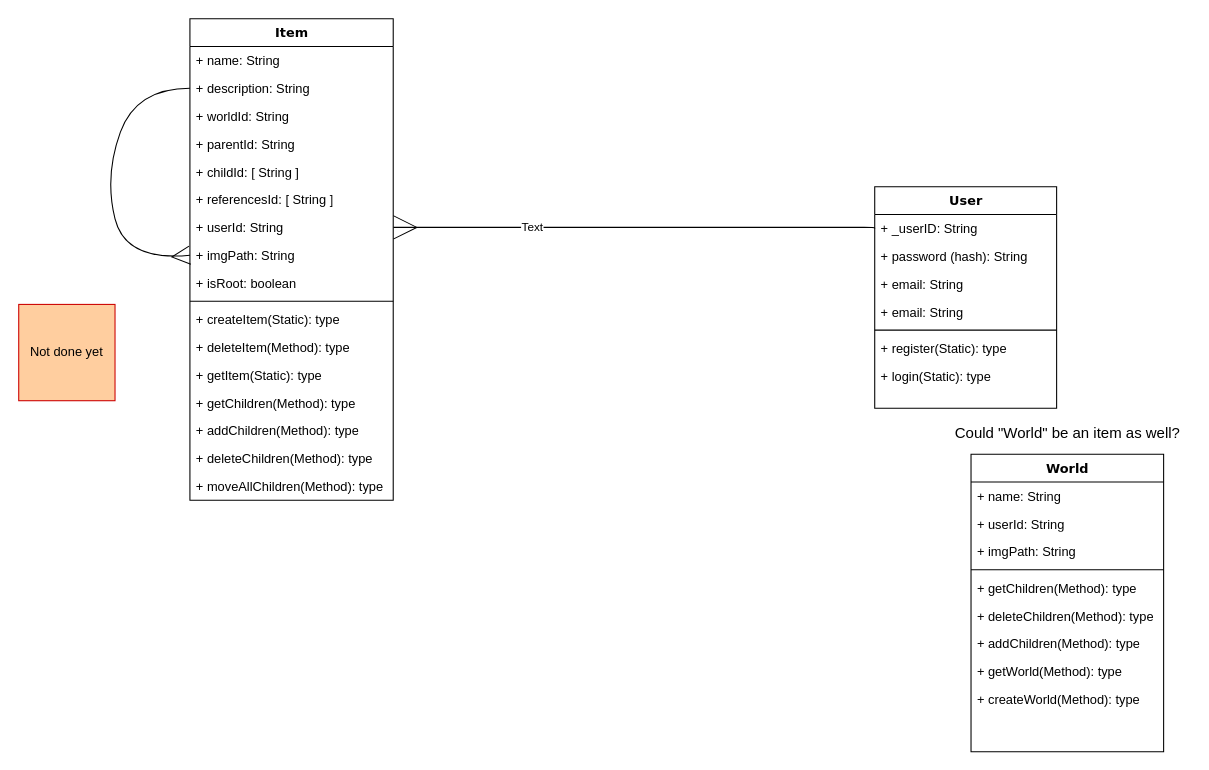
This is expore-db.drawio from Asaroz/Expore, a draw.io file, before an edit. Source tidied: cells renumbered, new cells numbered last; positions are measured from the earlier drawing's top-left corner, leaving out a move shared by most shapes. Both pictures are drawn from the tidied source at 107%, with x=0, y=0 at pixel (18, 18).
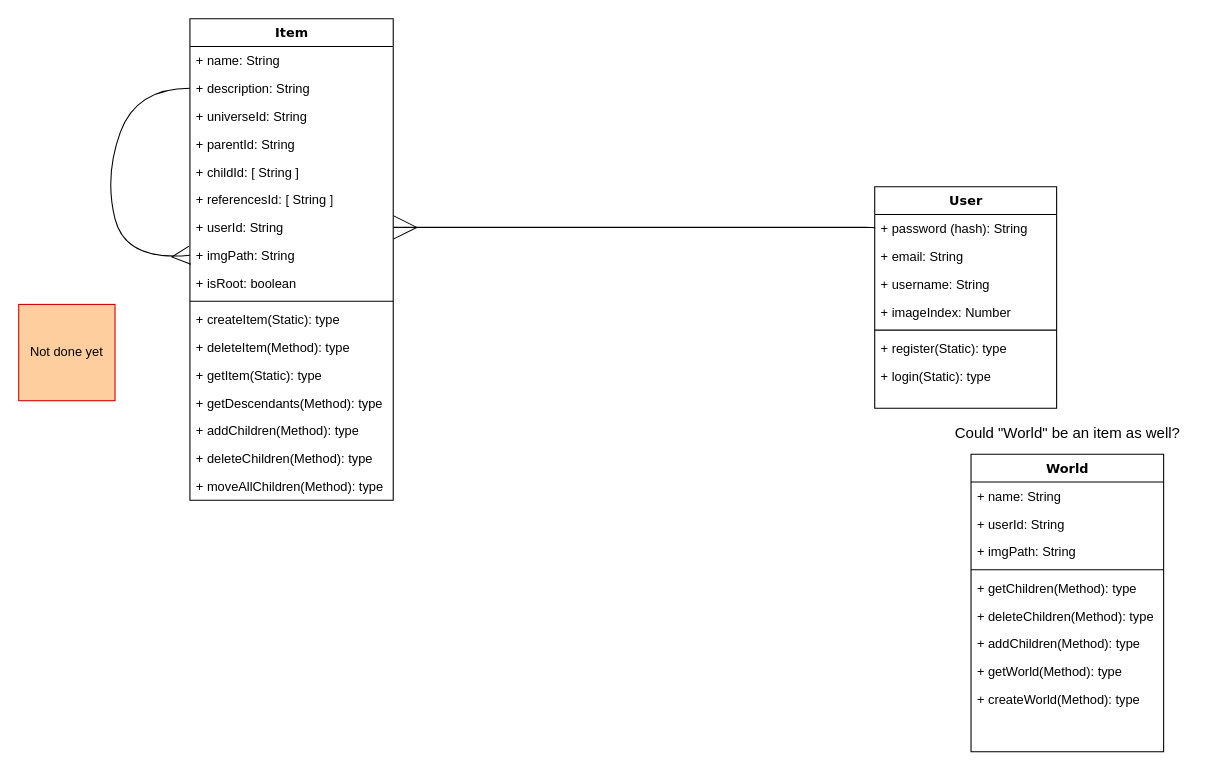
Above is the later version.

Commit message:
added user diagram

Unchanged cells that the change refers to:
```xml
<mxCell id="12" value="User" style="swimlane;html=1;fontStyle=1;align=center;verticalAlign=top;horizontal=1;startSize=26;swimlaneFillColor=#ffffff;rounded=0;shadow=0;comic=0;labelBackgroundColor=none;strokeWidth=1;fillColor=none;fontFamily=Verdana;fontSize=12;" parent="1" vertex="1">
  <mxGeometry x="800" y="157" width="170" height="207" as="geometry" />
</mxCell>
<mxCell id="24" value="Item" style="swimlane;html=1;fontStyle=1;align=center;verticalAlign=top;horizontal=1;startSize=26;swimlaneFillColor=#ffffff;rounded=0;shadow=0;comic=0;labelBackgroundColor=none;strokeWidth=1;fillColor=none;fontFamily=Verdana;fontSize=12;" parent="1" vertex="1">
  <mxGeometry x="160" width="190" height="450" as="geometry" />
</mxCell>
<mxCell id="31" value="+ userId: String" style="text;html=1;strokeColor=none;fillColor=none;align=left;verticalAlign=top;spacingLeft=4;spacingRight=4;whiteSpace=wrap;overflow=hidden;points=[[0,0.5],[1,0.5]];portConstraint=eastwest;" parent="24" vertex="1">
  <mxGeometry y="182" width="190" height="26" as="geometry" />
</mxCell>
```

Diff of the diagram source:
```diff
@@
-    <mxCell id="13" value="+ _userID: String" style="text;html=1;strokeColor=none;fillColor=none;align=left;verticalAlign=top;spacingLeft=4;spacingRight=4;whiteSpace=wrap;overflow=hidden;points=[[0,0.5],[1,0.5]];portConstraint=eastwest;" parent="12" vertex="1">
-      <mxGeometry y="26" width="170" height="26" as="geometry" />
-    </mxCell>
     <mxCell id="14" value="+ password (hash): String" style="text;html=1;strokeColor=none;fillColor=none;align=left;verticalAlign=top;spacingLeft=4;spacingRight=4;whiteSpace=wrap;overflow=hidden;" parent="12" vertex="1">
-      <mxGeometry y="52" width="170" height="26" as="geometry" />
+      <mxGeometry y="26" width="170" height="26" as="geometry" />
     </mxCell>
     <mxCell id="15" value="+ email: String" style="text;html=1;strokeColor=none;fillColor=none;align=left;verticalAlign=top;spacingLeft=4;spacingRight=4;whiteSpace=wrap;overflow=hidden;" parent="12" vertex="1">
-      <mxGeometry y="78" width="170" height="26" as="geometry" />
+      <mxGeometry y="52" width="170" height="26" as="geometry" />
     </mxCell>
-    <mxCell id="16" value="+ email: String" style="text;html=1;strokeColor=none;fillColor=none;align=left;verticalAlign=top;spacingLeft=4;spacingRight=4;whiteSpace=wrap;overflow=hidden;" parent="12" vertex="1">
-      <mxGeometry y="104" width="170" height="26" as="geometry" />
+    <mxCell id="16" value="+ username: String" style="text;html=1;strokeColor=none;fillColor=none;align=left;verticalAlign=top;spacingLeft=4;spacingRight=4;whiteSpace=wrap;overflow=hidden;" parent="12" vertex="1">
+      <mxGeometry y="78" width="170" height="26" as="geometry" />
     </mxCell>
+    <mxCell id="44" value="+ imageIndex: Number" style="text;html=1;strokeColor=none;fillColor=none;align=left;verticalAlign=top;spacingLeft=4;spacingRight=4;whiteSpace=wrap;overflow=hidden;" parent="12" vertex="1">
+      <mxGeometry y="104" width="170" height="26" as="geometry" />
+    </mxCell>
@@
-    <mxCell id="21" style="edgeStyle=elbowEdgeStyle;html=1;labelBackgroundColor=none;startFill=0;startSize=20;endArrow=ERmany;endFill=0;endSize=20;fontFamily=Verdana;fontSize=12;elbow=vertical;startArrow=none;exitX=0;exitY=0.5;exitDx=0;exitDy=0;entryX=1;entryY=0.5;entryDx=0;entryDy=0;" parent="1" edge="1" source="13" target="31">
+    <mxCell id="21" style="edgeStyle=elbowEdgeStyle;html=1;labelBackgroundColor=none;startFill=0;startSize=20;endArrow=ERmany;endFill=0;endSize=20;fontFamily=Verdana;fontSize=12;elbow=vertical;startArrow=none;exitX=0;exitY=0.5;exitDx=0;exitDy=0;entryX=1;entryY=0.5;entryDx=0;entryDy=0;" parent="1" edge="1" target="31">
       <mxGeometry relative="1" as="geometry">
+        <mxPoint x="800" y="196" as="sourcePoint" />
         <Array as="points">
           <mxPoint x="550" y="195" />
           <mxPoint x="410" y="237" />
         </Array>
       </mxGeometry>
     </mxCell>
-    <mxCell id="22" value="Text" style="edgeLabel;html=1;align=center;verticalAlign=middle;" parent="21" vertex="1">
-      <mxGeometry x="0.43" y="-1" relative="1" as="geometry" />
-    </mxCell>
@@
-    <mxCell id="27" value="+ worldId: String" style="text;html=1;strokeColor=none;fillColor=none;align=left;verticalAlign=top;spacingLeft=4;spacingRight=4;whiteSpace=wrap;overflow=hidden;" parent="24" vertex="1">
+    <mxCell id="27" value="+ universeId: String" style="text;html=1;strokeColor=none;fillColor=none;align=left;verticalAlign=top;spacingLeft=4;spacingRight=4;whiteSpace=wrap;overflow=hidden;" parent="24" vertex="1">
       <mxGeometry y="78" width="190" height="26" as="geometry" />
     </mxCell>
@@
-    <mxCell id="38" value="+ getChildren(Method): type" style="text;html=1;strokeColor=none;fillColor=none;align=left;verticalAlign=top;spacingLeft=4;spacingRight=4;whiteSpace=wrap;overflow=hidden;" parent="24" vertex="1">
+    <mxCell id="38" value="+ getDescendants(Method): type" style="text;html=1;strokeColor=none;fillColor=none;align=left;verticalAlign=top;spacingLeft=4;spacingRight=4;whiteSpace=wrap;overflow=hidden;" parent="24" vertex="1">
       <mxGeometry y="346" width="190" height="26" as="geometry" />
     </mxCell>
```
